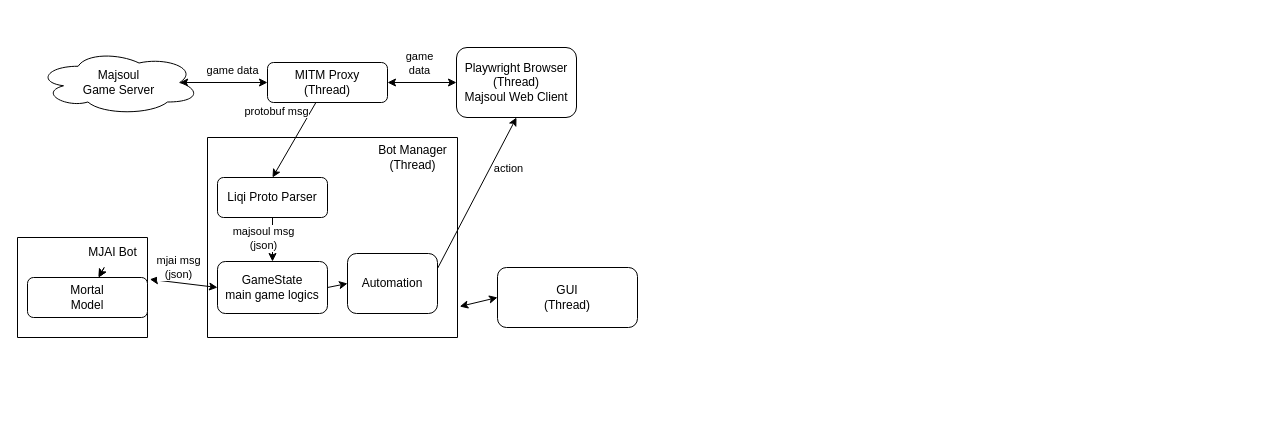
Before: assets/design_struct.drawio in latorc/MahjongCopilot, a draw.io diagram. Source tidied: cells renumbered, new cells numbered last; positions are measured from the earlier drawing's top-left corner, leaving out a move shared by most shapes. Both pictures are drawn from the tidied source at 100%, with x=0, y=0 at pixel (17, 47).
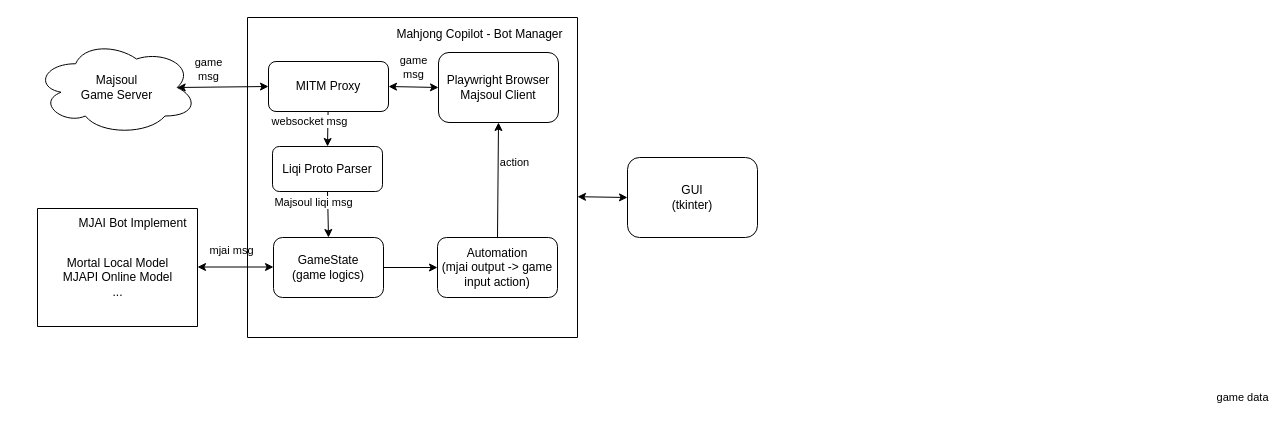
The same page after the edit.

Unchanged cells that the change refers to:
```xml
<mxCell id="8" style="endArrow=classic;startArrow=classic;html=1;entryX=0.875;entryY=0.5;entryDx=0;entryDy=0;exitX=0;exitY=0.5;exitDx=0;exitDy=0;entryPerimeter=0;" parent="1" edge="1" source="3" target="29">
  <mxGeometry relative="1" as="geometry" />
</mxCell>
<mxCell id="25" style="endArrow=classic;html=1;entryX=0.5;entryY=0;entryDx=0;entryDy=0;exitX=0.5;exitY=1;exitDx=0;exitDy=0;" parent="21" edge="1" source="24" target="23">
  <mxGeometry relative="1" as="geometry" />
</mxCell>
```

Diff of the diagram source:
```diff
@@
-    <mxCell id="2" value="Playwright Browser&lt;br&gt;(Thread)&lt;br&gt;Majsoul Web Client" style="rounded=1;whiteSpace=wrap;html=1;" parent="1" vertex="1">
-      <mxGeometry x="439" width="120" height="70" as="geometry" />
-    </mxCell>
-    <mxCell id="3" value="MITM Proxy&lt;br&gt;(Thread)" style="rounded=1;whiteSpace=wrap;html=1;arcSize=15;" parent="1" vertex="1">
-      <mxGeometry x="250" y="15" width="120" height="40" as="geometry" />
-    </mxCell>
-    <mxCell id="4" style="endArrow=classic;startArrow=classic;html=1;entryX=0;entryY=0.5;entryDx=0;entryDy=0;exitX=1;exitY=0.5;exitDx=0;exitDy=0;" parent="1" edge="1" source="3" target="2">
-      <mxGeometry relative="1" as="geometry" />
-    </mxCell>
-    <mxCell id="5" value="game&lt;br&gt;data" style="edgeLabel;html=1;align=center;verticalAlign=middle;" parent="4" vertex="1">
-      <mxGeometry x="-0.29" y="-2" relative="1" as="geometry">
-        <mxPoint x="7" y="-22" as="offset" />
-      </mxGeometry>
-    </mxCell>
-    <mxCell id="6" style="edgeStyle=none;html=1;entryX=0.5;entryY=0;entryDx=0;entryDy=0;" parent="1" edge="1" source="3" target="24">
-      <mxGeometry relative="1" as="geometry" />
-    </mxCell>
-    <mxCell id="7" value="protobuf msg" style="edgeLabel;html=1;align=center;verticalAlign=middle;" parent="6" vertex="1">
-      <mxGeometry x="-0.65" y="-1" relative="1" as="geometry">
-        <mxPoint x="-32" y="-4" as="offset" />
-      </mxGeometry>
-    </mxCell>
@@
     <mxCell id="9" value="game data" style="edgeLabel;html=1;align=center;verticalAlign=middle;" parent="8" vertex="1">
       <mxGeometry x="0.25" y="-2" relative="1" as="geometry">
-        <mxPoint x="19" y="-11" as="offset" />
+        <mxPoint x="1031" y="312" as="offset" />
       </mxGeometry>
     </mxCell>
-    <mxCell id="10" style="endArrow=classic;html=1;entryX=0.5;entryY=1;entryDx=0;entryDy=0;exitX=1;exitY=0.25;exitDx=0;exitDy=0;" parent="1" edge="1" source="28" target="2">
-      <mxGeometry relative="1" as="geometry" />
-    </mxCell>
-    <mxCell id="11" value="action" style="edgeLabel;html=1;align=center;verticalAlign=middle;" parent="10" vertex="1">
-      <mxGeometry x="0.37" relative="1" as="geometry">
-        <mxPoint x="16" y="3" as="offset" />
-      </mxGeometry>
-    </mxCell>
+    <mxCell id="30" value="game&lt;br&gt;msg" style="edgeLabel;html=1;align=center;verticalAlign=middle;" parent="8" vertex="1">
+      <mxGeometry x="0.47" y="-1" relative="1" as="geometry">
+        <mxPoint x="7" y="-17" as="offset" />
+      </mxGeometry>
+    </mxCell>
-    <mxCell id="12" value="GUI&lt;br&gt;(Thread)" style="rounded=1;whiteSpace=wrap;html=1;" parent="1" vertex="1">
-      <mxGeometry x="480" y="220" width="140" height="60" as="geometry" />
+    <mxCell id="12" value="GUI&lt;br&gt;(tkinter)" style="rounded=1;whiteSpace=wrap;html=1;" parent="1" vertex="1">
+      <mxGeometry x="610" y="110" width="130" height="80" as="geometry" />
     </mxCell>
-    <mxCell id="13" style="endArrow=classic;startArrow=classic;html=1;entryX=0;entryY=0.5;entryDx=0;entryDy=0;exitX=1.009;exitY=0.845;exitDx=0;exitDy=0;exitPerimeter=0;" parent="1" edge="1" source="21" target="12">
+    <mxCell id="13" style="endArrow=classic;startArrow=classic;html=1;entryX=0;entryY=0.5;entryDx=0;entryDy=0;exitX=1;exitY=0.56;exitDx=0;exitDy=0;exitPerimeter=0;" parent="1" edge="1" source="21" target="12">
       <mxGeometry relative="1" as="geometry" />
     </mxCell>
-    <mxCell id="14" style="endArrow=classic;startArrow=classic;html=1;entryX=0;entryY=0.5;entryDx=0;entryDy=0;exitX=1.018;exitY=0.418;exitDx=0;exitDy=0;exitPerimeter=0;" parent="1" edge="1" source="16" target="23">
-      <mxGeometry relative="1" as="geometry" />
+    <mxCell id="14" style="endArrow=classic;startArrow=classic;html=1;entryX=0;entryY=0.5;entryDx=0;entryDy=0;exitX=1;exitY=0.5;exitDx=0;exitDy=0;" parent="1" edge="1">
+      <mxGeometry relative="1" as="geometry">
+        <mxPoint x="180" y="219.5" as="sourcePoint" />
+        <mxPoint x="256" y="219.5" as="targetPoint" />
+      </mxGeometry>
     </mxCell>
-    <mxCell id="15" value="mjai msg&lt;br&gt;(json)" style="edgeLabel;html=1;align=center;verticalAlign=middle;" parent="14" vertex="1">
+    <mxCell id="15" value="mjai msg" style="edgeLabel;html=1;align=center;verticalAlign=middle;" parent="14" vertex="1">
       <mxGeometry x="0.18" y="2" relative="1" as="geometry">
         <mxPoint x="-12" y="-15" as="offset" />
       </mxGeometry>
     </mxCell>
     <mxCell id="16" style="swimlane;startSize=0;" parent="1" vertex="1">
-      <mxGeometry y="190" width="130" height="100" as="geometry" />
+      <mxGeometry x="20" y="161" width="160" height="118" as="geometry" />
     </mxCell>
-    <mxCell id="17" value="Mortal&lt;br&gt;Model" style="rounded=1;whiteSpace=wrap;html=1;" parent="16" vertex="1">
-      <mxGeometry x="10" y="40" width="120" height="40" as="geometry" />
-    </mxCell>
-    <mxCell id="18" style="edgeStyle=none;html=1;" parent="16" edge="1" source="20" target="17">
-      <mxGeometry relative="1" as="geometry" />
-    </mxCell>
-    <mxCell id="19" style="edgeStyle=none;html=1;" parent="16" edge="1" source="20" target="17">
-      <mxGeometry relative="1" as="geometry" />
-    </mxCell>
-    <mxCell id="20" value="MJAI Bot" style="text;html=1;align=center;verticalAlign=middle;points=[];strokeColor=none;fillColor=none;" parent="16" vertex="1">
-      <mxGeometry x="60" width="70" height="30" as="geometry" />
+    <mxCell id="20" value="MJAI Bot Implement" style="text;html=1;align=center;verticalAlign=middle;points=[];strokeColor=none;fillColor=none;" parent="16" vertex="1">
+      <mxGeometry x="30" width="130" height="30" as="geometry" />
     </mxCell>
+    <mxCell id="31" value="Mortal Local Model&lt;br&gt;MJAPI Online Model&lt;br&gt;..." style="text;html=1;align=center;verticalAlign=middle;strokeColor=none;fillColor=none;" parent="16" vertex="1">
+      <mxGeometry x="15" y="39" width="130" height="60" as="geometry" />
+    </mxCell>
     <mxCell id="21" style="swimlane;startSize=0;" parent="1" vertex="1">
-      <mxGeometry x="190" y="90" width="250" height="200" as="geometry" />
+      <mxGeometry x="230" y="-30" width="330" height="320" as="geometry" />
     </mxCell>
@@
-    <mxCell id="23" value="GameState&lt;br&gt;main game logics" style="rounded=1;whiteSpace=wrap;html=1;" parent="21" vertex="1">
-      <mxGeometry x="10" y="124" width="110" height="52" as="geometry" />
+    <mxCell id="23" value="GameState&lt;br&gt;(game logics)" style="rounded=1;whiteSpace=wrap;html=1;" parent="21" vertex="1">
+      <mxGeometry x="26" y="220" width="110" height="60" as="geometry" />
     </mxCell>
     <mxCell id="24" value="Liqi Proto Parser" style="rounded=1;whiteSpace=wrap;html=1;" parent="21" vertex="1">
-      <mxGeometry x="10" y="40" width="110" height="40" as="geometry" />
+      <mxGeometry x="25" y="129" width="110" height="45" as="geometry" />
     </mxCell>
@@
-    <mxCell id="26" value="majsoul msg&lt;br&gt;(json)" style="edgeLabel;html=1;align=center;verticalAlign=middle;" parent="25" vertex="1">
+    <mxCell id="26" value="Majsoul liqi msg" style="edgeLabel;html=1;align=center;verticalAlign=middle;" parent="25" vertex="1">
       <mxGeometry x="-0.46" relative="1" as="geometry">
-        <mxPoint x="-10" y="8" as="offset" />
+        <mxPoint x="-15" y="-1" as="offset" />
       </mxGeometry>
     </mxCell>
-    <mxCell id="27" value="Bot Manager&lt;br&gt;(Thread)" style="text;html=1;align=center;verticalAlign=middle;strokeColor=none;fillColor=none;" parent="21" vertex="1">
-      <mxGeometry x="160" width="90" height="40" as="geometry" />
+    <mxCell id="27" value="Mahjong Copilot - Bot Manager" style="text;html=1;align=center;verticalAlign=middle;strokeColor=none;fillColor=none;" parent="21" vertex="1">
+      <mxGeometry x="137" y="2" width="190" height="30" as="geometry" />
     </mxCell>
-    <mxCell id="28" value="Automation" style="rounded=1;whiteSpace=wrap;html=1;" parent="21" vertex="1">
-      <mxGeometry x="140" y="116" width="90" height="60" as="geometry" />
+    <mxCell id="28" value="Automation&lt;br&gt;(mjai output -&amp;gt; game input action)" style="rounded=1;whiteSpace=wrap;html=1;" parent="21" vertex="1">
+      <mxGeometry x="190" y="220" width="120" height="60" as="geometry" />
     </mxCell>
+    <mxCell id="3" value="MITM Proxy" style="rounded=1;whiteSpace=wrap;html=1;arcSize=15;" parent="21" vertex="1">
+      <mxGeometry x="21" y="44" width="120" height="50" as="geometry" />
+    </mxCell>
+    <mxCell id="6" style="edgeStyle=none;html=1;entryX=0.5;entryY=0;entryDx=0;entryDy=0;" parent="21" edge="1" source="3" target="24">
+      <mxGeometry relative="1" as="geometry" />
+    </mxCell>
+    <mxCell id="7" value="websocket msg" style="edgeLabel;html=1;align=center;verticalAlign=middle;" parent="6" vertex="1">
+      <mxGeometry x="-0.65" y="-1" relative="1" as="geometry">
+        <mxPoint x="-18" y="4" as="offset" />
+      </mxGeometry>
+    </mxCell>
+    <mxCell id="2" value="Playwright Browser&lt;br&gt;Majsoul Client" style="rounded=1;whiteSpace=wrap;html=1;" parent="21" vertex="1">
+      <mxGeometry x="191" y="35" width="120" height="70" as="geometry" />
+    </mxCell>
+    <mxCell id="4" style="endArrow=classic;startArrow=classic;html=1;entryX=0;entryY=0.5;entryDx=0;entryDy=0;exitX=1;exitY=0.5;exitDx=0;exitDy=0;" parent="21" edge="1" source="3" target="2">
+      <mxGeometry relative="1" as="geometry" />
+    </mxCell>
+    <mxCell id="5" value="game&lt;br&gt;msg" style="edgeLabel;html=1;align=center;verticalAlign=middle;" parent="4" vertex="1">
+      <mxGeometry x="-0.29" y="-2" relative="1" as="geometry">
+        <mxPoint x="7" y="-22" as="offset" />
+      </mxGeometry>
+    </mxCell>
+    <mxCell id="10" style="endArrow=classic;html=1;entryX=0.5;entryY=1;entryDx=0;entryDy=0;exitX=0.5;exitY=0;exitDx=0;exitDy=0;" parent="21" edge="1" source="28" target="2">
+      <mxGeometry relative="1" as="geometry" />
+    </mxCell>
+    <mxCell id="11" value="action" style="edgeLabel;html=1;align=center;verticalAlign=middle;" parent="10" vertex="1">
+      <mxGeometry x="0.37" relative="1" as="geometry">
+        <mxPoint x="16" y="3" as="offset" />
+      </mxGeometry>
+    </mxCell>
     <mxCell id="29" value="Majsoul&lt;br&gt;Game Server" style="ellipse;shape=cloud;whiteSpace=wrap;html=1;" parent="1" vertex="1">
-      <mxGeometry x="20" y="2.5" width="162.5" height="65" as="geometry" />
+      <mxGeometry x="17.5" y="-7.5" width="162.5" height="95" as="geometry" />
     </mxCell>
```
